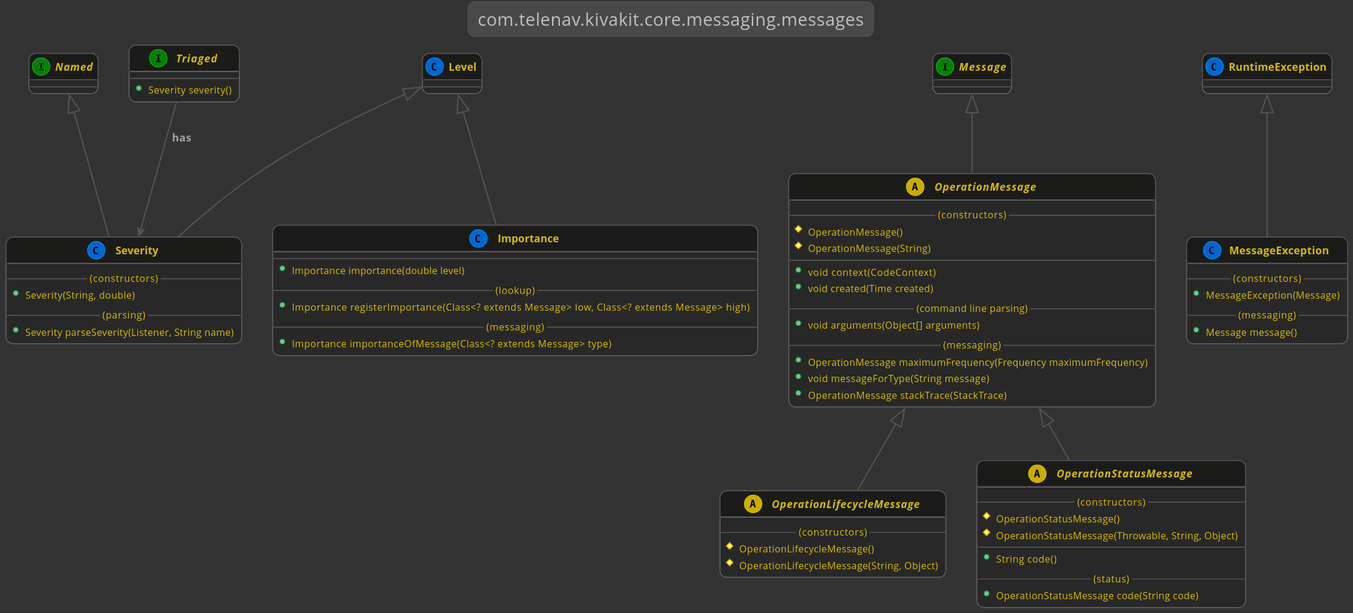
Telenav/kivakit-assets keeps this PlantUML diagram as docs/1.15.0/lexakai/kivakit-core/documentation/diagrams/com.telenav.kivakit.core.messaging.messages.svg. Above is the earlier version.
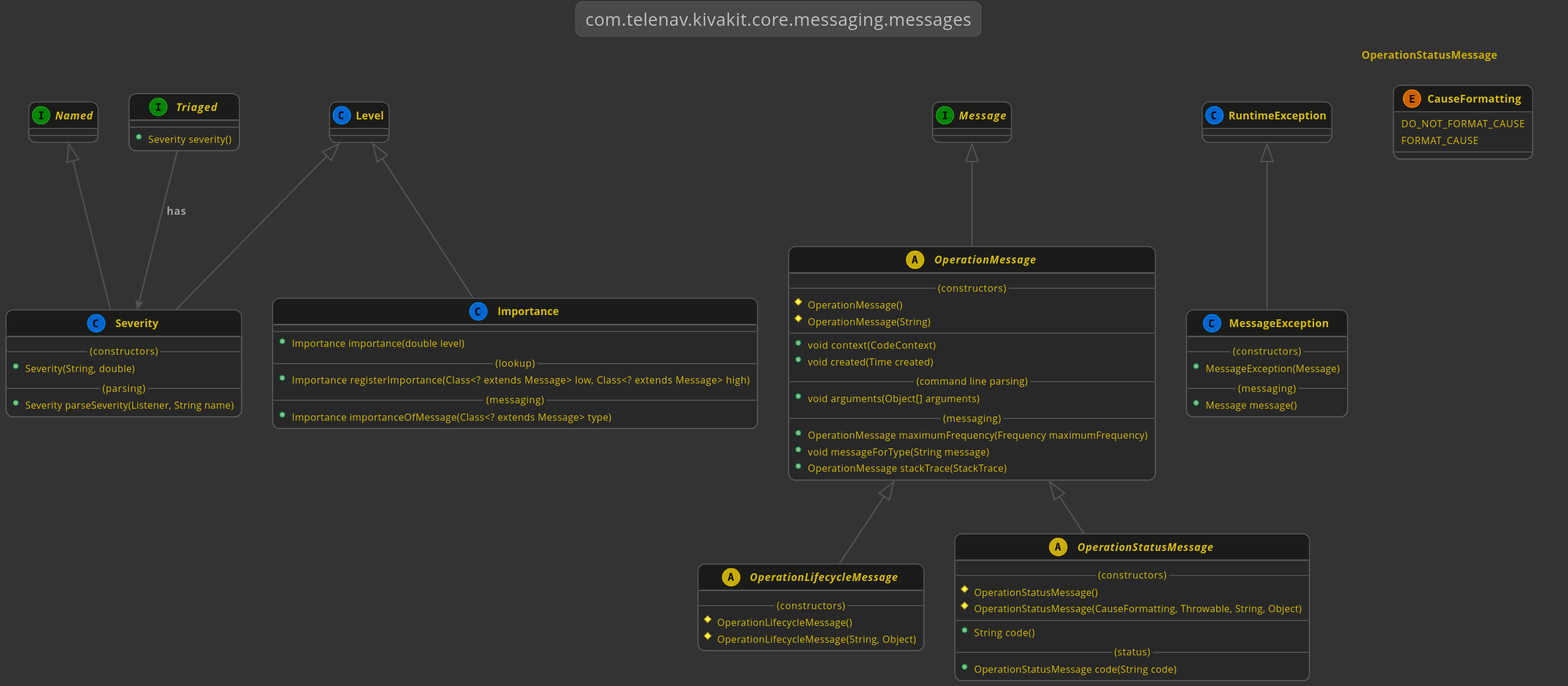
The same file after the commit.

Change to the diagram source:
```diff
@@ -6,6 +6,12 @@
 
     interface Named
     interface Message
+
+    enum OperationStatusMessage.CauseFormatting
+    {
+        DO_NOT_FORMAT_CAUSE
+        FORMAT_CAUSE
+    }
 
     Level <|-- Importance
     class Importance
@@ -57,7 +63,7 @@
     {
         --(constructors)--
         #OperationStatusMessage()
-        #OperationStatusMessage(Throwable, String, Object)
+        #OperationStatusMessage(CauseFormatting, Throwable, String, Object)
         --
         +String code()
         --(status)--
```
